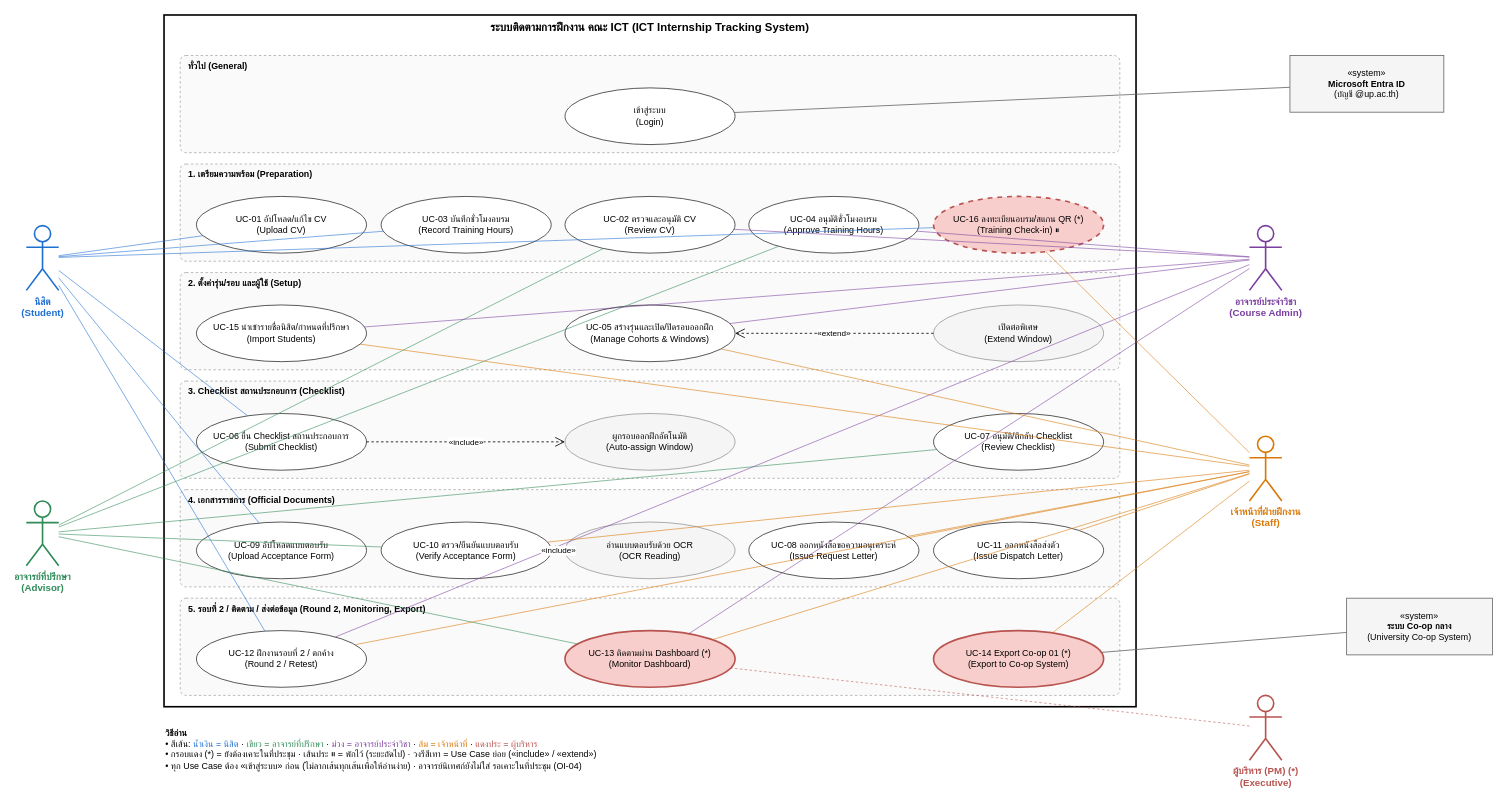
Above: docs/requirements/diagrams/use_case_diagram.drawio in Whyer2005/ICT_Internship_tracking_system (draw.io), before the change. Source tidied: cells renumbered, new cells numbered last; positions are measured from the earlier drawing's top-left corner, leaving out a move shared by most shapes. Both pictures are drawn from the tidied source at 81%, with x=0, y=0 at pixel (26, 15).
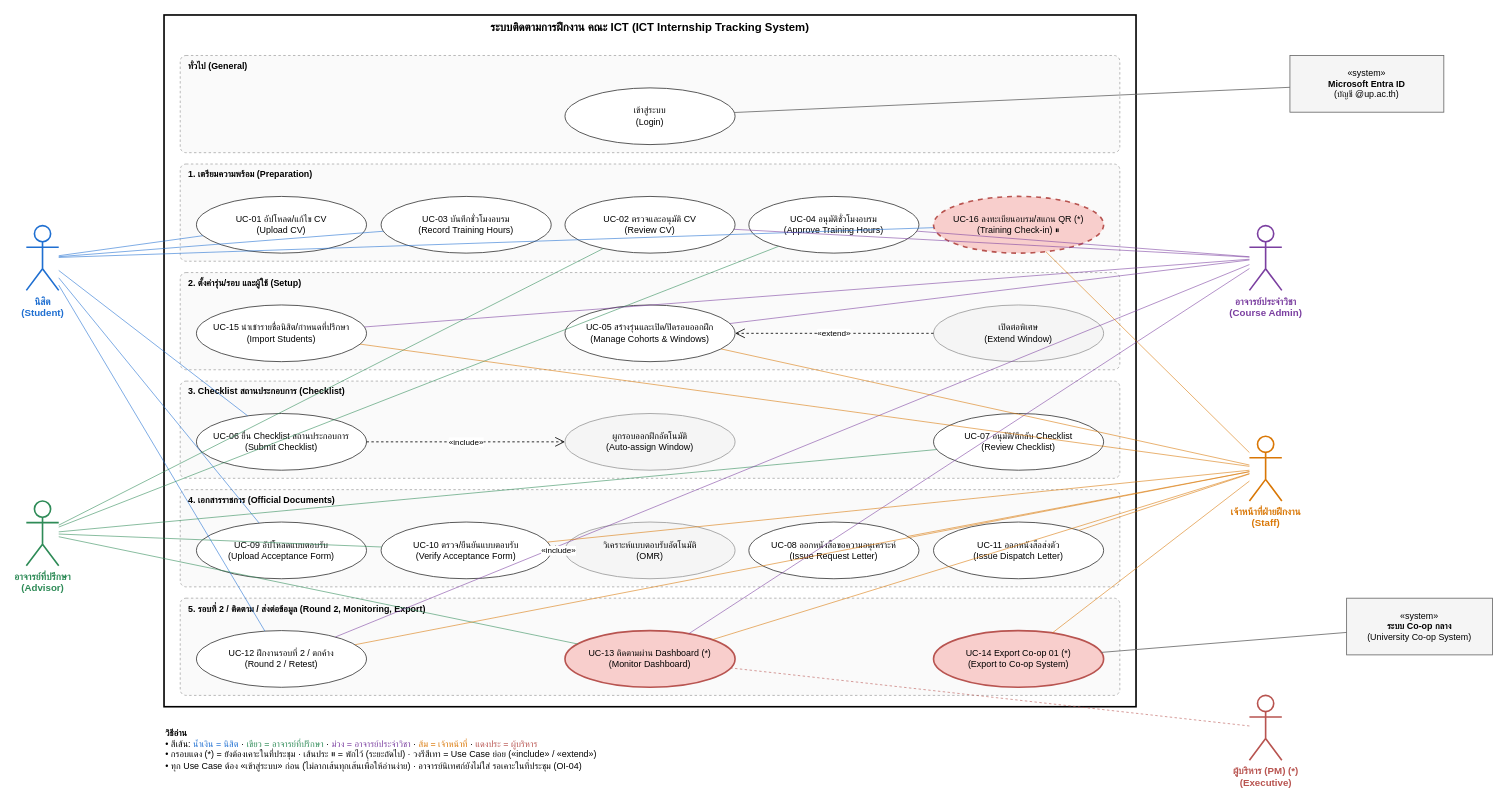
Above is the later version.

The edit, as a diff of the source:
```diff
@@
-    <mxCell id="22" value="อ่านแบบตอบรับด้วย OCR&lt;br&gt;(OCR Reading)" style="ellipse;whiteSpace=wrap;html=1;fontSize=11;fillColor=#ffffff;strokeColor=#333333;fillColor=#f5f5f5;strokeColor=#999999;" parent="1" vertex="1">
+    <mxCell id="22" value="วิเคราะห์แบบตอบรับอัตโนมัติ&lt;br&gt;(OMR)" style="ellipse;whiteSpace=wrap;html=1;fontSize=11;fillColor=#ffffff;strokeColor=#333333;fillColor=#f5f5f5;strokeColor=#999999;" parent="1" vertex="1">
       <mxGeometry x="665" y="626" width="210" height="70" as="geometry" />
     </mxCell>
```
